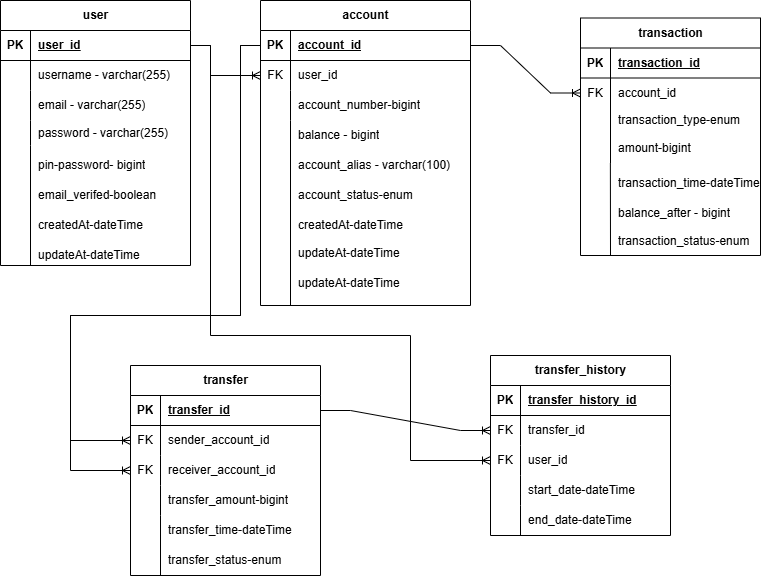
This is src/ZB-fintech.drawio.png from mingang211/ZB-fintech, a draw.io export, as it was before one commit. Source tidied: cells renumbered, new cells last; positions are measured from the earlier drawing's top-left corner, leaving out a move shared by most shapes.
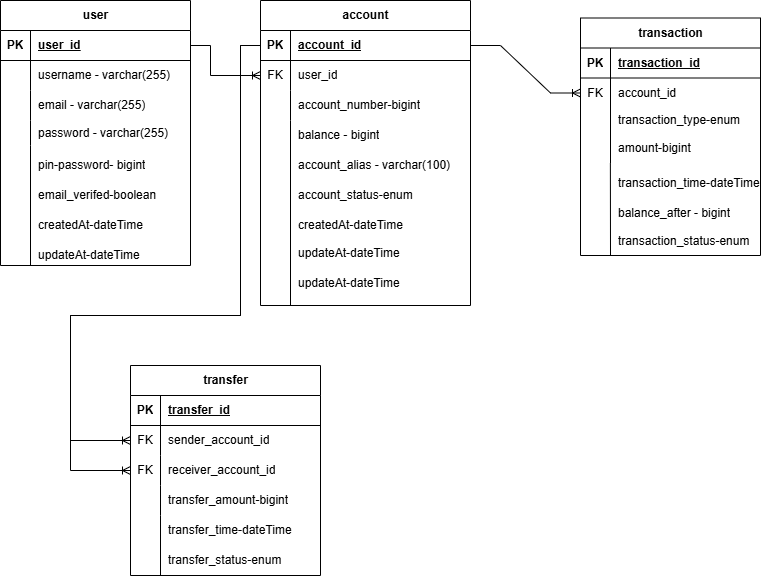
After the change.

Commit message:
#1 ZB-fintech.drawio.png transfer_history 삭제

Diff of the diagram source:
```diff
@@ -211,54 +211,6 @@
         <mxPoint x="160" y="515" as="targetPoint" />
       </mxGeometry>
     </mxCell>
-    <mxCell id="68" value="transfer_history" style="shape=table;startSize=30;rowLines=0;fontStyle=1;align=center;html=1;" parent="1" vertex="1">
-      <mxGeometry x="490" y="355" width="180" height="180" as="geometry" />
-    </mxCell>
-    <mxCell id="69" style="shape=tableRow;horizontal=0;startSize=0;swimlaneHead=0;swimlaneBody=0;fillColor=none;top=0;left=0;right=0;bottom=1;" parent="68" vertex="1">
-      <mxGeometry y="30" width="180" height="30" as="geometry" />
-    </mxCell>
-    <mxCell id="70" value="PK" style="shape=partialRectangle;fillColor=none;top=0;left=0;bottom=0;right=0;fontStyle=1;overflow=hidden;whiteSpace=wrap;html=1;" parent="69" vertex="1">
-      <mxGeometry width="30" height="30" as="geometry" />
-    </mxCell>
-    <mxCell id="71" value="transfer_history_id" style="shape=partialRectangle;fillColor=none;top=0;left=0;bottom=0;right=0;align=left;spacingLeft=6;fontStyle=5;overflow=hidden;whiteSpace=wrap;html=1;" parent="69" vertex="1">
-      <mxGeometry x="30" width="150" height="30" as="geometry" />
-    </mxCell>
-    <mxCell id="72" style="shape=tableRow;horizontal=0;startSize=0;swimlaneHead=0;swimlaneBody=0;fillColor=none;points=[[0,0.5],[1,0.5]];portConstraint=eastwest;top=0;left=0;right=0;bottom=0;" parent="68" vertex="1">
-      <mxGeometry y="60" width="180" height="30" as="geometry" />
-    </mxCell>
-    <mxCell id="73" value="FK" style="shape=partialRectangle;fillColor=none;top=0;left=0;bottom=0;right=0;overflow=hidden;whiteSpace=wrap;html=1;" parent="72" vertex="1">
-      <mxGeometry width="30" height="30" as="geometry" />
-    </mxCell>
-    <mxCell id="74" value="transfer_id" style="shape=partialRectangle;fillColor=none;top=0;left=0;bottom=0;right=0;align=left;spacingLeft=6;overflow=hidden;whiteSpace=wrap;html=1;" parent="72" vertex="1">
-      <mxGeometry x="30" width="150" height="30" as="geometry" />
-    </mxCell>
-    <mxCell id="75" style="shape=tableRow;horizontal=0;startSize=0;swimlaneHead=0;swimlaneBody=0;fillColor=none;points=[[0,0.5],[1,0.5]];portConstraint=eastwest;top=0;left=0;right=0;bottom=0;" parent="68" vertex="1">
-      <mxGeometry y="90" width="180" height="30" as="geometry" />
-    </mxCell>
-    <mxCell id="76" value="FK" style="shape=partialRectangle;fillColor=none;top=0;left=0;bottom=0;right=0;overflow=hidden;whiteSpace=wrap;html=1;" parent="75" vertex="1">
-      <mxGeometry width="30" height="30" as="geometry" />
-    </mxCell>
-    <mxCell id="77" value="user_id" style="shape=partialRectangle;fillColor=none;top=0;left=0;bottom=0;right=0;align=left;spacingLeft=6;overflow=hidden;whiteSpace=wrap;html=1;" parent="75" vertex="1">
-      <mxGeometry x="30" width="150" height="30" as="geometry" />
-    </mxCell>
-    <mxCell id="78" style="shape=tableRow;horizontal=0;startSize=0;swimlaneHead=0;swimlaneBody=0;fillColor=none;top=0;left=0;right=0;bottom=0;" parent="68" vertex="1">
-      <mxGeometry y="120" width="180" height="30" as="geometry" />
-    </mxCell>
-    <mxCell id="79" style="shape=partialRectangle;fillColor=none;top=0;left=0;bottom=0;right=0;overflow=hidden;whiteSpace=wrap;html=1;" parent="78" vertex="1">
-      <mxGeometry width="30" height="30" as="geometry" />
-    </mxCell>
-    <mxCell id="80" value="start_date-dateTime" style="shape=partialRectangle;fillColor=none;top=0;left=0;bottom=0;right=0;align=left;spacingLeft=6;overflow=hidden;whiteSpace=wrap;html=1;" parent="78" vertex="1">
-      <mxGeometry x="30" width="150" height="30" as="geometry" />
-    </mxCell>
-    <mxCell id="81" value="end_date-dateTime" style="shape=partialRectangle;fillColor=none;top=0;left=0;bottom=0;right=0;align=left;spacingLeft=6;overflow=hidden;whiteSpace=wrap;html=1;" parent="1" vertex="1">
-      <mxGeometry x="520" y="505" width="150" height="30" as="geometry" />
-    </mxCell>
-    <mxCell id="82" style="endArrow=none;html=1;rounded=0;" parent="1" edge="1">
-      <mxGeometry relative="1" as="geometry">
-        <mxPoint x="520" y="535" as="sourcePoint" />
-        <mxPoint x="520" y="505" as="targetPoint" />
-      </mxGeometry>
-    </mxCell>
     <mxCell id="83" style="edgeStyle=orthogonalEdgeStyle;fontSize=12;html=1;endArrow=ERoneToMany;rounded=0;exitX=1;exitY=0.5;exitDx=0;exitDy=0;entryX=0;entryY=0.5;entryDx=0;entryDy=0;" parent="1" edge="1" source="3" target="19">
       <mxGeometry relative="1" as="geometry">
         <Array as="points">
@@ -277,25 +229,6 @@
         </Array>
       </mxGeometry>
     </mxCell>
-    <mxCell id="85" style="edgeStyle=orthogonalEdgeStyle;fontSize=12;html=1;endArrow=ERoneToMany;rounded=0;exitX=1;exitY=0.5;exitDx=0;exitDy=0;entryX=0;entryY=0.5;entryDx=0;entryDy=0;" parent="1" edge="1" source="3" target="75">
-      <mxGeometry relative="1" as="geometry">
-        <Array as="points">
-          <mxPoint x="210" y="45" />
-          <mxPoint x="210" y="335" />
-          <mxPoint x="410" y="335" />
-          <mxPoint x="410" y="460" />
-        </Array>
-      </mxGeometry>
-    </mxCell>
-    <mxCell id="86" style="edgeStyle=entityRelationEdgeStyle;fontSize=12;html=1;endArrow=ERoneToMany;rounded=0;exitX=1;exitY=0.5;exitDx=0;exitDy=0;entryX=0;entryY=0.5;entryDx=0;entryDy=0;" parent="1" edge="1" source="53" target="72">
-      <mxGeometry relative="1" as="geometry">
-        <Array as="points">
-          <mxPoint x="360" y="290" />
-          <mxPoint x="160" y="555" />
-          <mxPoint x="610" y="270" />
-        </Array>
-      </mxGeometry>
-    </mxCell>
     <mxCell id="87" style="edgeStyle=orthogonalEdgeStyle;fontSize=12;html=1;endArrow=ERoneToMany;rounded=0;entryX=0;entryY=0.5;entryDx=0;entryDy=0;exitX=0;exitY=0.5;exitDx=0;exitDy=0;" parent="1" edge="1" source="16" target="56">
       <mxGeometry relative="1" as="geometry">
         <Array as="points">
```
